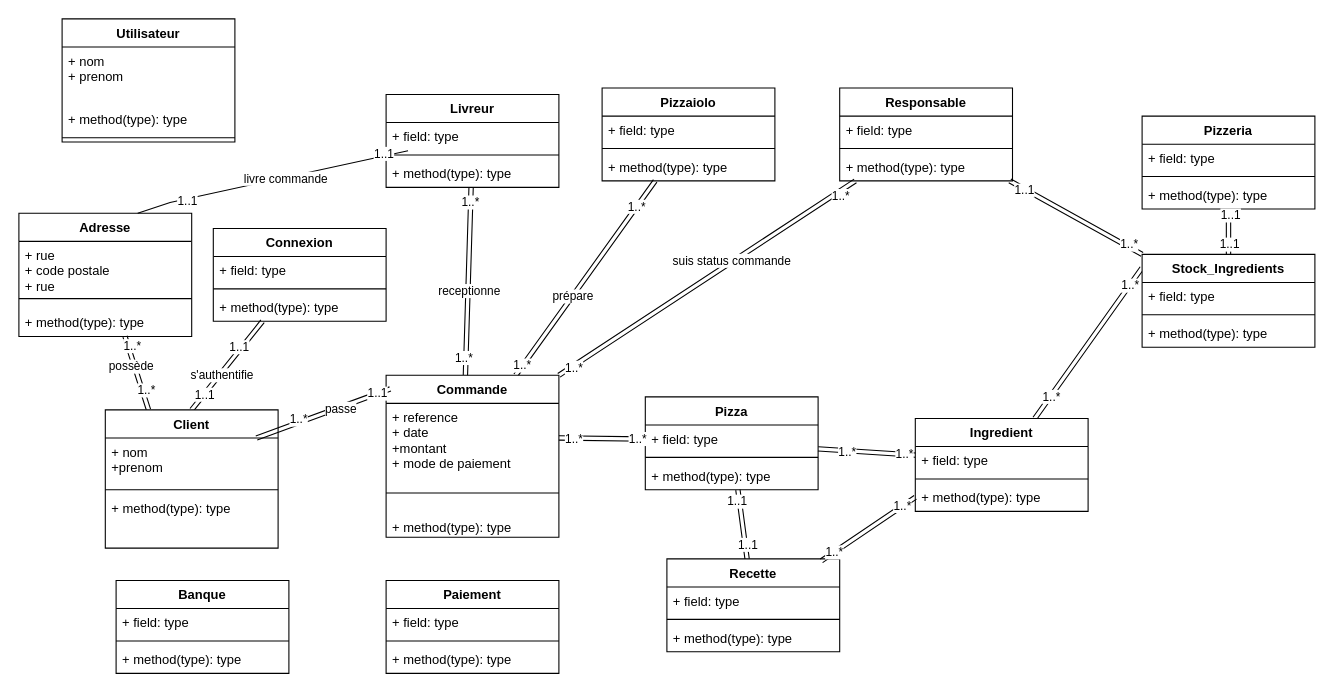
Before: documentation/diagrameDeClasses.drawio in jbbaillet85/OCpizzas, a draw.io diagram. Source tidied: cells renumbered, new cells numbered last; positions are measured from the earlier drawing's top-left corner, leaving out a move shared by most shapes. Both pictures are drawn from the tidied source at 108%, with x=0, y=0 at pixel (18, 18).
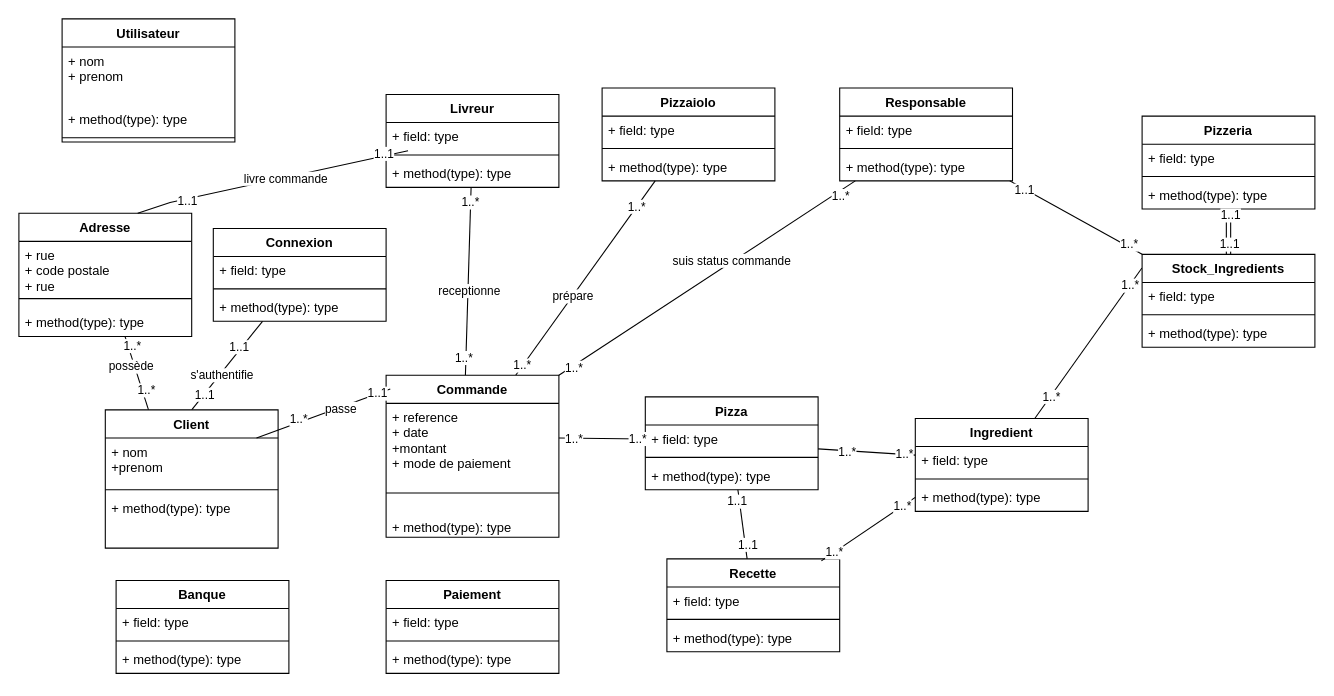
Above is the later version.

The change refers to these unchanged cells:
```xml
<mxCell id="14" value="Client" style="swimlane;fontStyle=1;align=center;verticalAlign=top;horizontal=1;startSize=26;" parent="1" vertex="1">
  <mxGeometry x="80" y="362" width="160" height="128" as="geometry" />
</mxCell>
<mxCell id="15" value="+ nom&#10;+prenom" style="text;strokeColor=none;fillColor=none;align=left;verticalAlign=top;spacingLeft=4;spacingRight=4;overflow=hidden;points=[[0,0.5],[1,0.5]];portConstraint=eastwest;" parent="14" vertex="1">
  <mxGeometry y="26" width="160" height="44" as="geometry" />
</mxCell>
<mxCell id="18" value="Adresse" style="swimlane;fontStyle=1;align=center;verticalAlign=top;horizontal=1;startSize=26;" parent="1" vertex="1">
  <mxGeometry y="180" width="160" height="114" as="geometry" />
</mxCell>
<mxCell id="22" value="Connexion" style="swimlane;fontStyle=1;align=center;verticalAlign=top;horizontal=1;startSize=26;" parent="1" vertex="1">
  <mxGeometry x="180" y="194" width="160" height="86" as="geometry" />
</mxCell>
<mxCell id="34" value="Commande" style="swimlane;fontStyle=1;align=center;verticalAlign=top;horizontal=1;startSize=26;" parent="1" vertex="1">
  <mxGeometry x="340" y="330" width="160" height="150" as="geometry" />
</mxCell>
<mxCell id="35" value="+ reference&#10;+ date&#10;+montant&#10;+ mode de paiement" style="text;strokeColor=none;fillColor=none;align=left;verticalAlign=top;spacingLeft=4;spacingRight=4;overflow=hidden;points=[[0,0.5],[1,0.5]];portConstraint=eastwest;" parent="34" vertex="1">
  <mxGeometry y="26" width="160" height="64" as="geometry" />
</mxCell>
<mxCell id="38" value="Pizza" style="swimlane;fontStyle=1;align=center;verticalAlign=top;horizontal=1;startSize=26;" parent="1" vertex="1">
  <mxGeometry x="580" y="350" width="160" height="86" as="geometry" />
</mxCell>
<mxCell id="39" value="+ field: type" style="text;strokeColor=none;fillColor=none;align=left;verticalAlign=top;spacingLeft=4;spacingRight=4;overflow=hidden;points=[[0,0.5],[1,0.5]];portConstraint=eastwest;" parent="38" vertex="1">
  <mxGeometry y="26" width="160" height="26" as="geometry" />
</mxCell>
<mxCell id="49" value="Ingredient" style="swimlane;fontStyle=1;align=center;verticalAlign=top;horizontal=1;startSize=26;" parent="1" vertex="1">
  <mxGeometry x="830" y="370" width="160" height="86" as="geometry" />
</mxCell>
<mxCell id="50" value="+ field: type" style="text;strokeColor=none;fillColor=none;align=left;verticalAlign=top;spacingLeft=4;spacingRight=4;overflow=hidden;points=[[0,0.5],[1,0.5]];portConstraint=eastwest;" parent="49" vertex="1">
  <mxGeometry y="26" width="160" height="26" as="geometry" />
</mxCell>
<mxCell id="52" value="+ method(type): type" style="text;strokeColor=none;fillColor=none;align=left;verticalAlign=top;spacingLeft=4;spacingRight=4;overflow=hidden;points=[[0,0.5],[1,0.5]];portConstraint=eastwest;" parent="49" vertex="1">
  <mxGeometry y="60" width="160" height="26" as="geometry" />
</mxCell>
<mxCell id="56" value="Recette" style="swimlane;fontStyle=1;align=center;verticalAlign=top;horizontal=1;startSize=26;" parent="1" vertex="1">
  <mxGeometry x="600" y="500" width="160" height="86" as="geometry" />
</mxCell>
<mxCell id="68" value="Livreur" style="swimlane;fontStyle=1;align=center;verticalAlign=top;horizontal=1;startSize=26;" parent="1" vertex="1">
  <mxGeometry x="340" y="70" width="160" height="86" as="geometry" />
</mxCell>
<mxCell id="69" value="+ field: type" style="text;strokeColor=none;fillColor=none;align=left;verticalAlign=top;spacingLeft=4;spacingRight=4;overflow=hidden;points=[[0,0.5],[1,0.5]];portConstraint=eastwest;" parent="68" vertex="1">
  <mxGeometry y="26" width="160" height="26" as="geometry" />
</mxCell>
<mxCell id="72" value="Pizzaiolo" style="swimlane;fontStyle=1;align=center;verticalAlign=top;horizontal=1;startSize=26;" parent="1" vertex="1">
  <mxGeometry x="540" y="64" width="160" height="86" as="geometry" />
</mxCell>
<mxCell id="76" value="Responsable" style="swimlane;fontStyle=1;align=center;verticalAlign=top;horizontal=1;startSize=26;" parent="1" vertex="1">
  <mxGeometry x="760" y="64" width="160" height="86" as="geometry" />
</mxCell>
<mxCell id="86" value="Stock_Ingredients" style="swimlane;fontStyle=1;align=center;verticalAlign=top;horizontal=1;startSize=26;" parent="1" vertex="1">
  <mxGeometry x="1040" y="218" width="160" height="86" as="geometry" />
</mxCell>
```

The edit, as a diff of the source:
```diff
@@
-    <mxCell id="6" style="edgeStyle=none;rounded=0;jettySize=auto;html=1;exitX=0.5;exitY=0;exitDx=0;exitDy=0;shape=link;" parent="1" edge="1" source="14" target="22">
+    <mxCell id="6" style="edgeStyle=none;rounded=0;jettySize=auto;html=1;exitX=0.5;exitY=0;exitDx=0;exitDy=0;endArrow=none;endFill=0;" parent="1" edge="1" source="14" target="22">
       <mxGeometry relative="1" as="geometry" />
     </mxCell>
@@
-    <mxCell id="10" style="edgeStyle=none;shape=link;rounded=0;jettySize=auto;html=1;exitX=0.25;exitY=0;exitDx=0;exitDy=0;" parent="1" edge="1" source="14" target="18">
+    <mxCell id="10" style="edgeStyle=none;rounded=0;jettySize=auto;html=1;exitX=0.25;exitY=0;exitDx=0;exitDy=0;endArrow=none;endFill=0;" parent="1" edge="1" source="14" target="18">
       <mxGeometry relative="1" as="geometry" />
     </mxCell>
@@
-    <mxCell id="26" style="edgeStyle=none;shape=link;rounded=0;jettySize=auto;html=1;exitX=0.75;exitY=0;exitDx=0;exitDy=0;" parent="1" edge="1" source="34" target="72">
+    <mxCell id="26" style="edgeStyle=none;rounded=0;jettySize=auto;html=1;exitX=0.75;exitY=0;exitDx=0;exitDy=0;endArrow=none;endFill=0;" parent="1" edge="1" source="34" target="72">
       <mxGeometry relative="1" as="geometry" />
     </mxCell>
@@
-    <mxCell id="30" style="edgeStyle=none;shape=link;rounded=0;jettySize=auto;html=1;exitX=1;exitY=0;exitDx=0;exitDy=0;" parent="1" edge="1" source="34" target="76">
+    <mxCell id="30" style="edgeStyle=none;rounded=0;jettySize=auto;html=1;exitX=1;exitY=0;exitDx=0;exitDy=0;endArrow=none;endFill=0;" parent="1" edge="1" source="34" target="76">
       <mxGeometry relative="1" as="geometry" />
     </mxCell>
@@
-    <mxCell id="46" style="edgeStyle=none;shape=link;rounded=0;jettySize=auto;html=1;entryX=-0.001;entryY=0.147;entryDx=0;entryDy=0;entryPerimeter=0;" parent="1" edge="1" source="49" target="86">
+    <mxCell id="46" style="edgeStyle=none;rounded=0;jettySize=auto;html=1;entryX=-0.001;entryY=0.147;entryDx=0;entryDy=0;entryPerimeter=0;endArrow=none;endFill=0;" parent="1" edge="1" source="49" target="86">
       <mxGeometry relative="1" as="geometry" />
     </mxCell>
@@
-    <mxCell id="53" style="edgeStyle=none;shape=link;rounded=0;jettySize=auto;html=1;" parent="1" edge="1" source="56" target="38">
+    <mxCell id="53" style="edgeStyle=none;rounded=0;jettySize=auto;html=1;endArrow=none;endFill=0;" parent="1" edge="1" source="56" target="38">
       <mxGeometry relative="1" as="geometry" />
     </mxCell>
@@
-    <mxCell id="64" style="edgeStyle=none;shape=link;rounded=0;jettySize=auto;html=1;entryX=0.459;entryY=-0.001;entryDx=0;entryDy=0;entryPerimeter=0;" parent="1" edge="1" source="68" target="34">
+    <mxCell id="64" style="edgeStyle=none;rounded=0;jettySize=auto;html=1;entryX=0.459;entryY=-0.001;entryDx=0;entryDy=0;entryPerimeter=0;endArrow=none;endFill=0;" parent="1" edge="1" source="68" target="34">
       <mxGeometry relative="1" as="geometry" />
     </mxCell>
@@
-    <mxCell id="83" style="edgeStyle=none;shape=link;rounded=0;jettySize=auto;html=1;exitX=0;exitY=0;exitDx=0;exitDy=0;" parent="1" edge="1" source="86" target="76">
+    <mxCell id="83" style="edgeStyle=none;rounded=0;jettySize=auto;html=1;exitX=0;exitY=0;exitDx=0;exitDy=0;endArrow=none;endFill=0;" parent="1" edge="1" source="86" target="76">
       <mxGeometry relative="1" as="geometry" />
     </mxCell>
@@
-    <mxCell id="94" style="edgeStyle=none;shape=link;rounded=0;jettySize=auto;html=1;exitX=1;exitY=0.5;exitDx=0;exitDy=0;entryX=0;entryY=0.5;entryDx=0;entryDy=0;" parent="1" edge="1" source="35" target="39">
+    <mxCell id="94" style="edgeStyle=none;rounded=0;jettySize=auto;html=1;exitX=1;exitY=0.5;exitDx=0;exitDy=0;entryX=0;entryY=0.5;entryDx=0;entryDy=0;endArrow=none;endFill=0;" parent="1" edge="1" source="35" target="39">
       <mxGeometry relative="1" as="geometry" />
     </mxCell>
@@
-    <mxCell id="97" style="edgeStyle=none;shape=link;rounded=0;jettySize=auto;html=1;" parent="1" edge="1" source="50" target="38">
+    <mxCell id="97" style="edgeStyle=none;rounded=0;jettySize=auto;html=1;endArrow=none;endFill=0;" parent="1" edge="1" source="50" target="38">
       <mxGeometry relative="1" as="geometry" />
     </mxCell>
@@
-    <mxCell id="100" style="edgeStyle=none;shape=link;rounded=0;jettySize=auto;html=1;entryX=0.024;entryY=0.084;entryDx=0;entryDy=0;entryPerimeter=0;" parent="1" edge="1" source="15" target="34">
+    <mxCell id="100" style="edgeStyle=none;rounded=0;jettySize=auto;html=1;entryX=0.024;entryY=0.084;entryDx=0;entryDy=0;entryPerimeter=0;endArrow=none;endFill=0;" parent="1" edge="1" source="15" target="34">
       <mxGeometry relative="1" as="geometry" />
     </mxCell>
@@
-    <mxCell id="104" style="edgeStyle=none;shape=link;rounded=0;jettySize=auto;html=1;width=0;" parent="1" edge="1" source="69">
+    <mxCell id="104" style="edgeStyle=none;rounded=0;jettySize=auto;html=1;endArrow=none;endFill=0;" parent="1" edge="1" source="69">
       <mxGeometry relative="1" as="geometry">
         <mxPoint x="110" y="180" as="targetPoint" />
         <Array as="points">
           <mxPoint x="140" y="170" />
         </Array>
       </mxGeometry>
     </mxCell>
@@
-    <mxCell id="108" style="edgeStyle=none;shape=link;rounded=0;jettySize=auto;html=1;exitX=0;exitY=0.5;exitDx=0;exitDy=0;entryX=0.894;entryY=0.021;entryDx=0;entryDy=0;entryPerimeter=0;" parent="1" edge="1" source="52" target="56">
+    <mxCell id="108" style="edgeStyle=none;rounded=0;jettySize=auto;html=1;exitX=0;exitY=0.5;exitDx=0;exitDy=0;entryX=0.894;entryY=0.021;entryDx=0;entryDy=0;entryPerimeter=0;endArrow=none;endFill=0;" parent="1" edge="1" source="52" target="56">
       <mxGeometry relative="1" as="geometry" />
     </mxCell>
```
